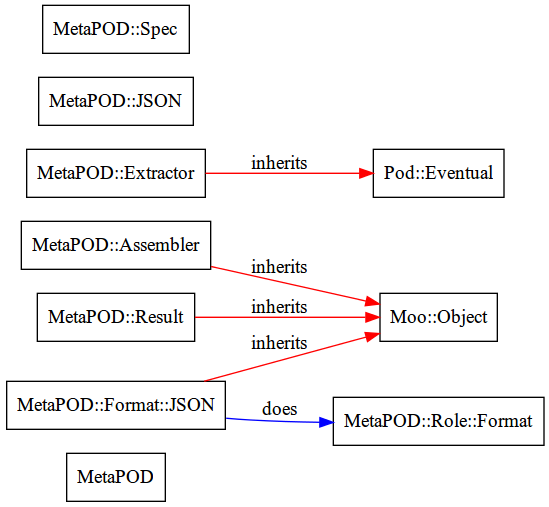
Earlier version of the Graphviz export examples/self_structure.png (gitpan/MetaPOD). Its source is kept beside it as examples/self_structure.dot.
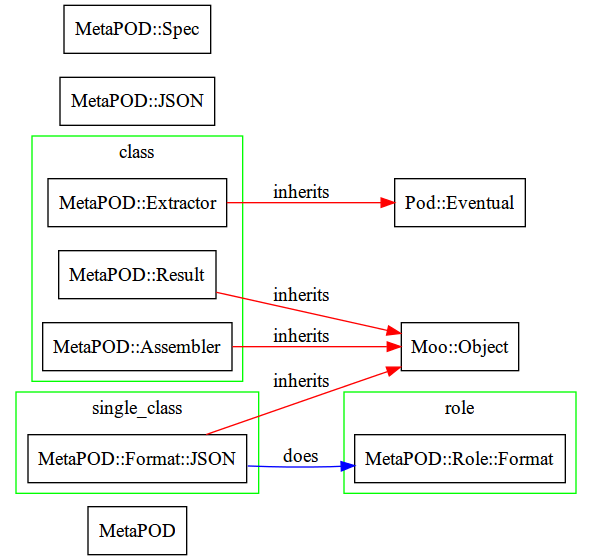
After the commit.

Diff of the diagram source:
```diff
@@ -3,18 +3,27 @@
 	ratio="fill";
 	node [shape="box"];
 	MetaPOD [label="MetaPOD"];
-	node1 [label="MetaPOD::Assembler"];
 	node2 [label="Moo::Object"];
-	node3 [label="MetaPOD::Extractor"];
 	node4 [label="Pod::Eventual"];
 	node5 [label="MetaPOD::JSON"];
-	node6 [label="MetaPOD::Result"];
 	node7 [label="MetaPOD::Spec"];
-	node8 [label="MetaPOD::Format::JSON"];
-	node9 [label="MetaPOD::Role::Format"];
 	node1 -> node2 [color="red", dir="forward", label="inherits"];
 	node3 -> node4 [color="red", dir="forward", label="inherits"];
 	node8 -> node9 [color="blue", dir="forward", label="does"];
 	node8 -> node2 [color="red", dir="forward", label="inherits"];
 	node6 -> node2 [color="red", dir="forward", label="inherits"];
+	subgraph cluster_class {
+		color="green"; label="class";
+		node1 [label="MetaPOD::Assembler"];
+		node3 [label="MetaPOD::Extractor"];
+		node6 [label="MetaPOD::Result"];
+	}
+	subgraph cluster_single_class {
+		color="green"; label="single_class";
+		node8 [label="MetaPOD::Format::JSON"];
+	}
+	subgraph cluster_role {
+		color="green"; label="role";
+		node9 [label="MetaPOD::Role::Format"];
+	}
 }
```
